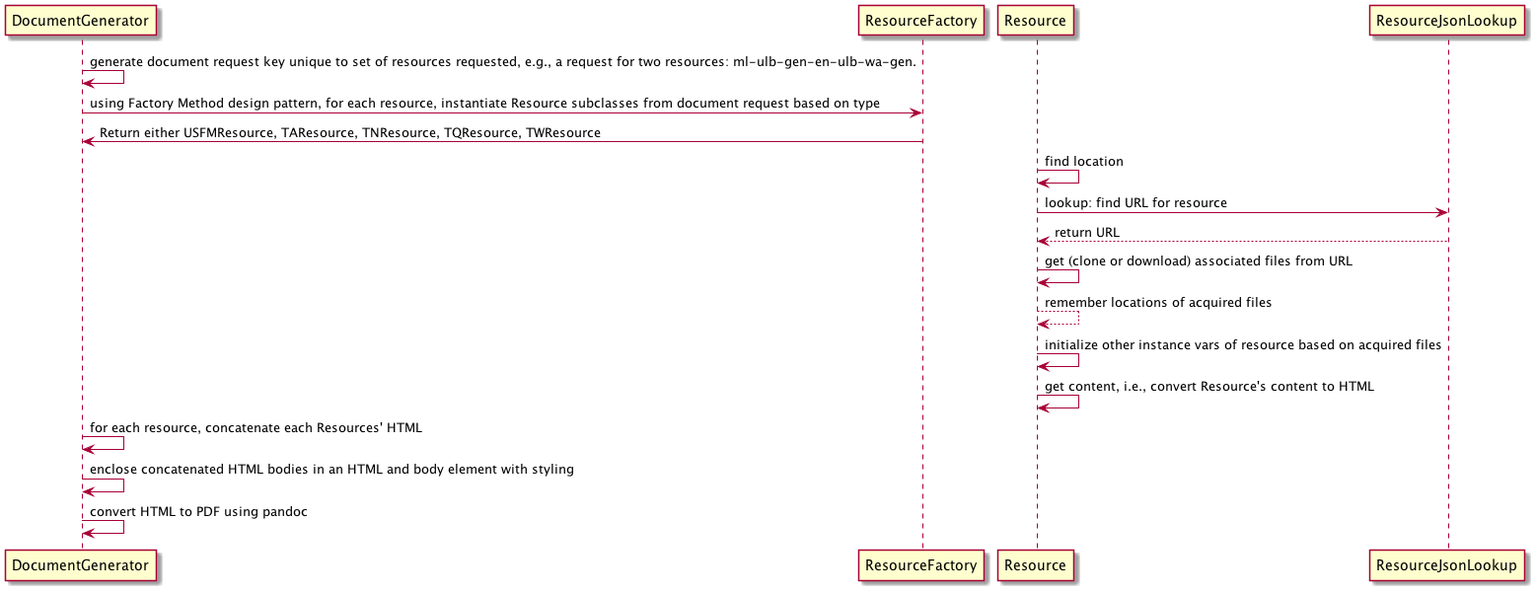
Earlier version of the PlantUML export design_notes/wa_design_sequence_diagram2.png (wkelly17/DOC).
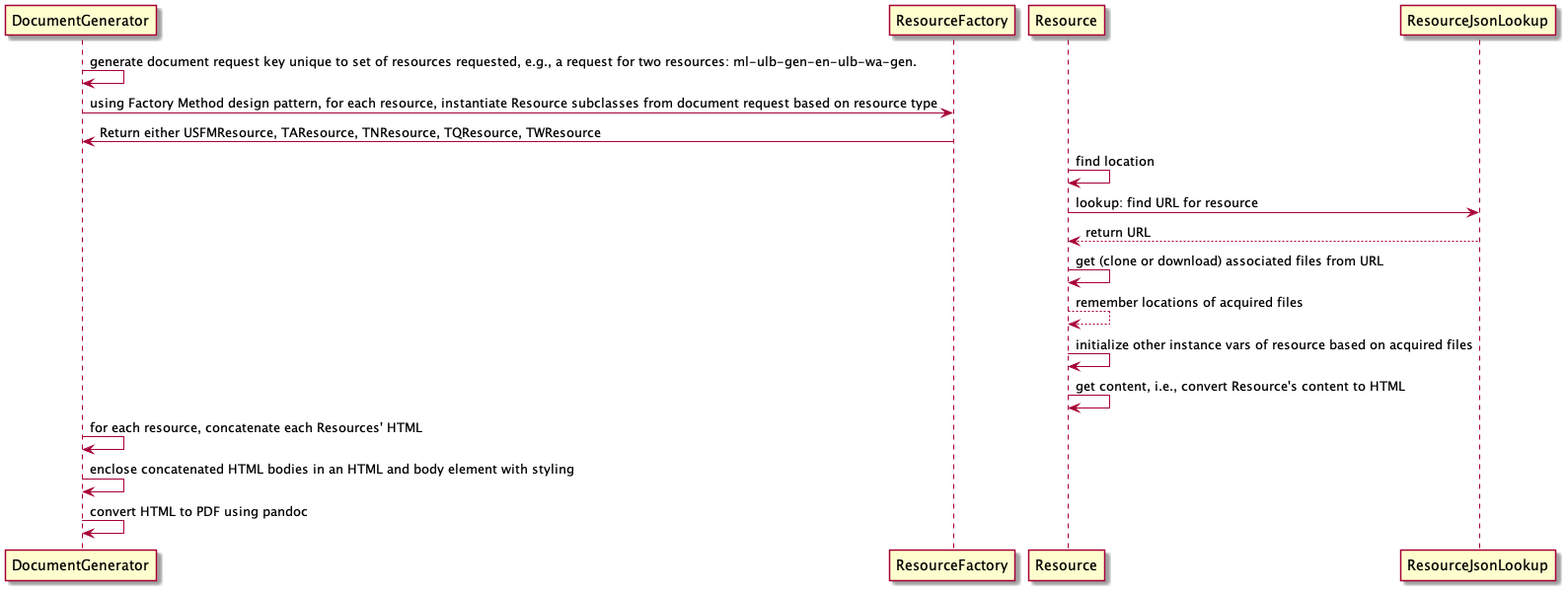
Above is the later version.

The edit, as a diff of the source:
```diff
@@ -1,6 +1,6 @@
 @startuml
 DocumentGenerator -> DocumentGenerator: generate document request key unique to set of resources requested, e.g., a request for two resources: ml-ulb-gen-en-ulb-wa-gen.
-DocumentGenerator -> ResourceFactory: using Factory Method design pattern, for each resource, instantiate Resource subclasses from document request based on type
+DocumentGenerator -> ResourceFactory: using Factory Method design pattern, for each resource, instantiate Resource subclasses from document request based on resource type
 DocumentGenerator <- ResourceFactory: Return either USFMResource, TAResource, TNResource, TQResource, TWResource
 Resource ->  Resource: find location
 Resource ->  ResourceJsonLookup: lookup: find URL for resource
```
